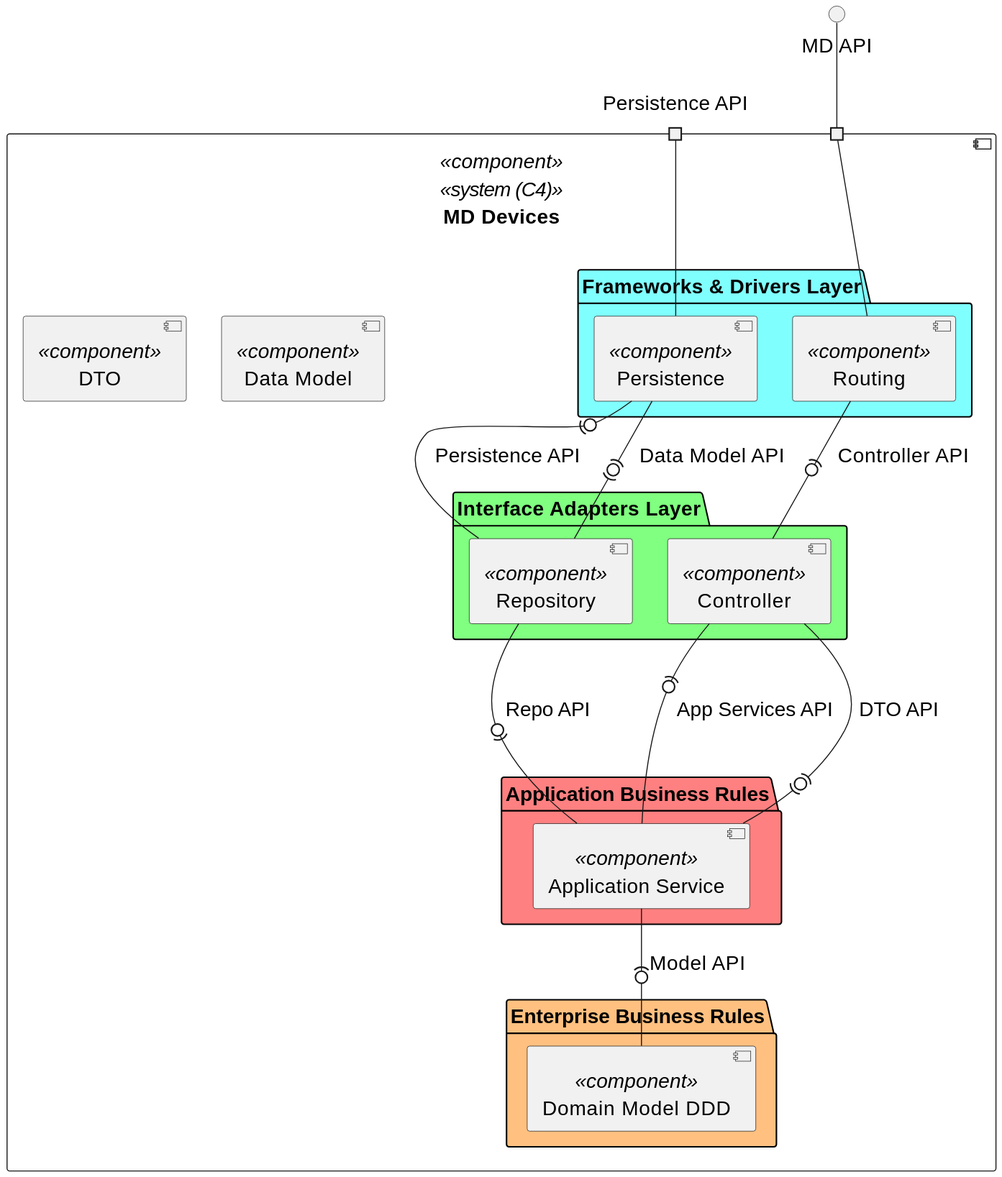
Earlier version of the PlantUML export _wiki/views/level-3/logical-view/assets/logic-view.svg (miseEnPlace-dev/lapr5).
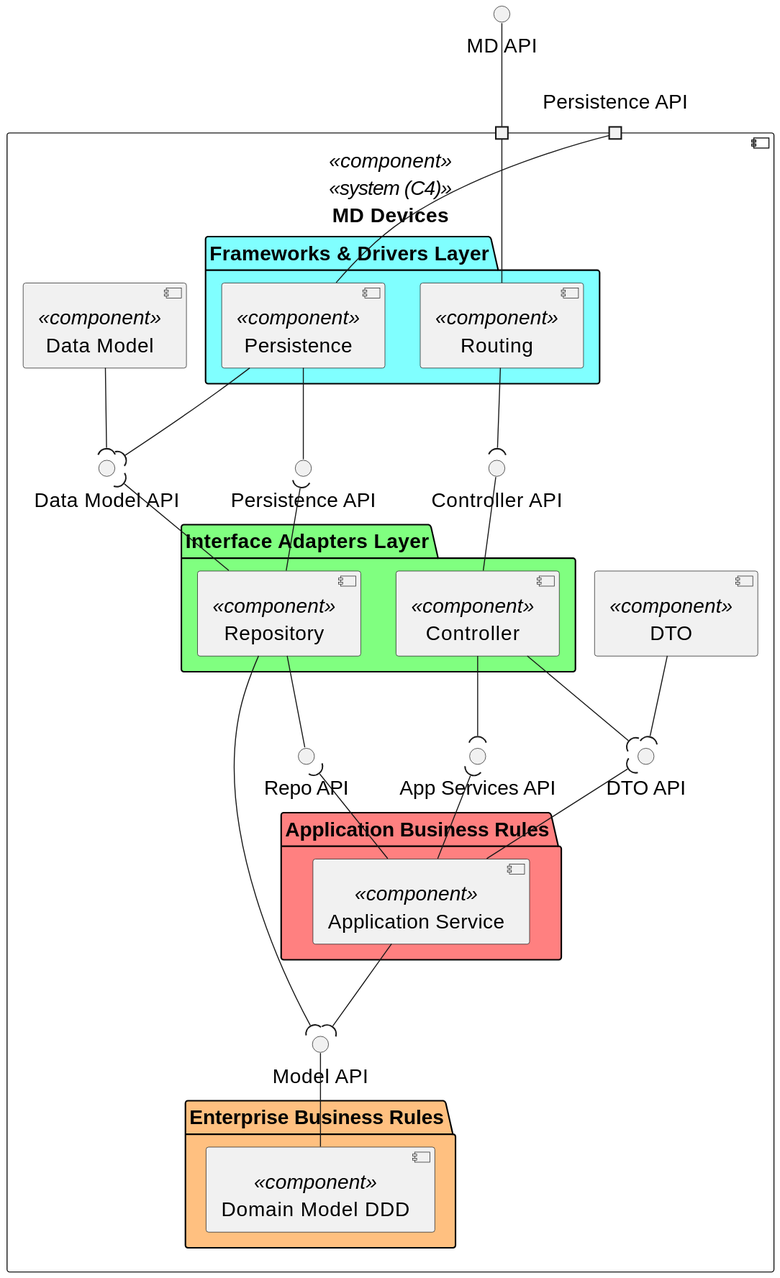
The same diagram one commit later.

Commit message:
docs: added level 3 logical view

Diff of the diagram source:
```diff
@@ -8,6 +8,10 @@
 component "MD Devices" as MDD <<component>> <<system (C4)>> {
   portin " " AS P1
   portin "Persistence API" as P2
+
+  Interface "Controller API" as CTRL_API
+  Interface "Data Model API" AS DATA_API
+
 
   folder "Frameworks & Drivers Layer" #80FFFF {
     component "Routing" as ROUTE <<component>> {
@@ -20,6 +24,12 @@
   }
   component "DTO" as DTO <<component>> {
   }
+
+  Interface "App Services API" AS SRV_API
+  Interface "DTO API" AS DTO_API
+  Interface "Repo API" AS REPO_API
+  Interface "Model API" AS MODEL_API
+  Interface "Persistence API" AS PERSISTENCE_API
 
   folder "Interface Adapters Layer" #80FF80 {
     component "Controller" as CTRL <<component>> {
@@ -44,13 +54,24 @@
 ROUTE --- P1
 PERSISTENCE -- P2
 
-ROUTE -(0- CTRL : Controller API
-PERSISTENCE -0)- REPO : Persistence API
-PERSISTENCE -(0)- REPO : Data Model API
+ROUTE --( CTRL_API
+CTRL -up- CTRL_API
+PERSISTENCE -- PERSISTENCE_API
+REPO -up-( PERSISTENCE_API
+PERSISTENCE --( DATA_API
+REPO -up-( DATA_API
+DATA --( DATA_API
 
-CTRL -(0-- SRV : App Services API
-CTRL -(0)-- SRV : DTO API
-REPO -0)-- SRV : Repo API
+CTRL --( SRV_API
+SRV -up-( SRV_API
+SRV -up-( DTO_API
+CTRL --( DTO_API
+DTO --( DTO_API
 
-SRV -(0- MODEL : Model API
+REPO -- REPO_API
+SRV -up-( REPO_API
+
+SRV --( MODEL_API
+REPO --( MODEL_API
+MODEL -up- MODEL_API
 @enduml
```
